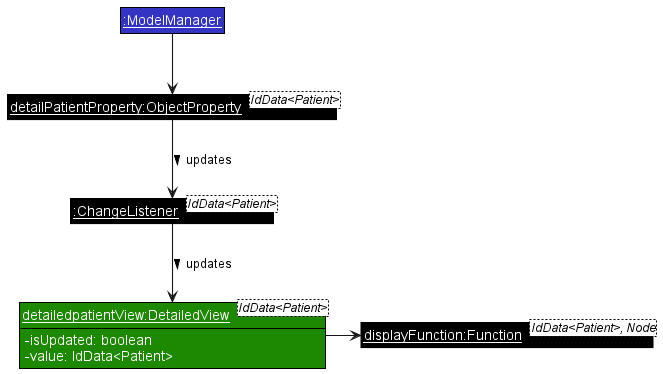
Above: docs/images/UiDetailedViewPatientObjectDiagram.png in nus-cs2103-AY2223S2/tp (PlantUML), before the change.
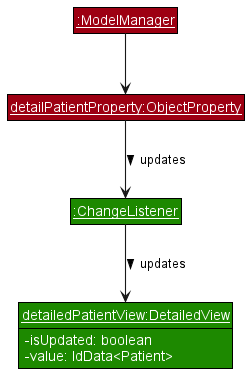
Later version of the same file.

The edit, as a diff of the source:
```diff
@@ -5,22 +5,19 @@
 
 skinparam arrowThickness 1.1
 
-Class "<u>detailedpatientView:DetailedView</u><IdData<Patient>>" as DetailedView UI_COLOR {
+Class "<u>detailedPatientView:DetailedView</u>" as DetailedView UI_COLOR {
     -isUpdated: boolean
     -value: IdData<Patient>
 }
 show DetailedView fields
 
-Class "<u>displayFunction:Function</u><IdData<Patient>, Node>" as Function #000000
+Class "<u>:ChangeListener</u>" as ChangeListener UI_COLOR
 
-Class "<u>:ChangeListener</u><IdData<Patient>>" as ChangeListener #000000
-
-Class "<u>detailPatientProperty:ObjectProperty</u><IdData<Patient>>" as ObjectProperty #000000
-Class "<u>:ModelManager</u>" as ModelManager LOGIC_COLOR
+Class "<u>detailPatientProperty:ObjectProperty</u>" as ObjectProperty MODEL_COLOR
+Class "<u>:ModelManager</u>" as ModelManager MODEL_COLOR
 
 ModelManager -down-> ObjectProperty
 ObjectProperty -down-> ChangeListener : updates >
 ChangeListener -down-> DetailedView : updates >
-DetailedView -> Function
 
 @enduml
```
